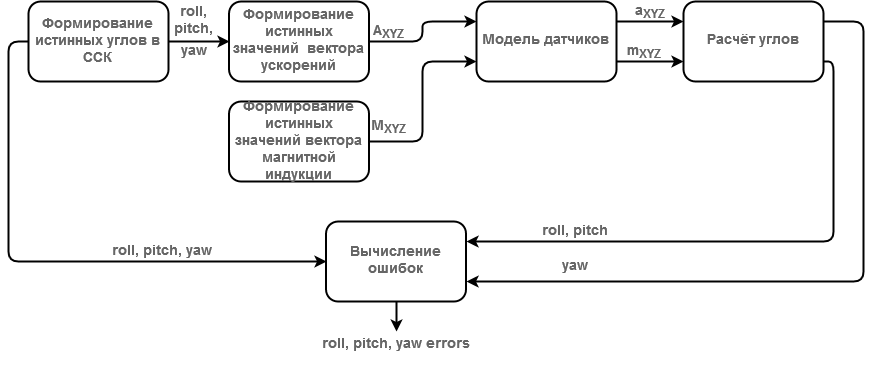
Above: Untitled Diagram.png in DaryaMalafeeva/mems-errors (draw.io), before the change. Source tidied: cells renumbered, new cells last; positions are measured from the earlier drawing's top-left corner, leaving out a move shared by most shapes.
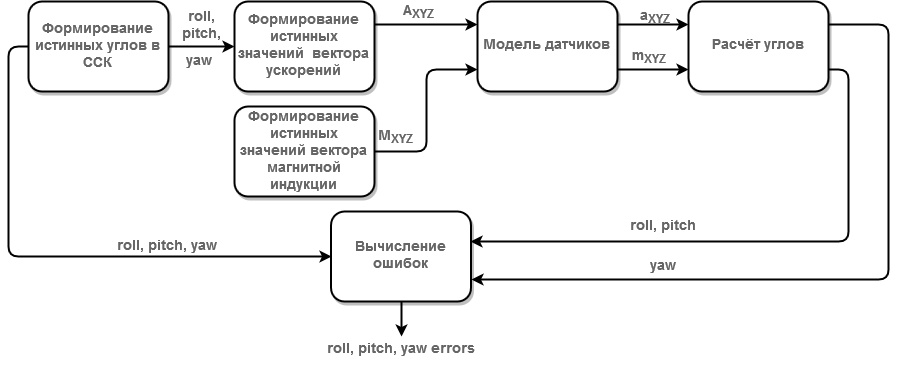
The same diagram one commit later.

Diff of the diagram source:
```diff
@@ -2,9 +2,6 @@
   <root>
     <mxCell id="0" />
     <mxCell id="1" parent="0" />
-    <mxCell id="2" style="edgeStyle=orthogonalEdgeStyle;rounded=1;jettySize=auto;html=1;exitX=1;exitY=0.5;exitDx=0;exitDy=0;entryX=0;entryY=0.25;entryDx=0;entryDy=0;strokeColor=#000000;strokeWidth=2;shadow=0;fontSize=12;fillColor=#ffffff;glass=0;" parent="1" edge="1" source="26" target="9">
-      <mxGeometry relative="1" as="geometry" />
-    </mxCell>
     <mxCell id="3" style="edgeStyle=orthogonalEdgeStyle;rounded=1;jettySize=auto;html=1;exitX=1;exitY=0.5;exitDx=0;exitDy=0;entryX=0;entryY=0.75;entryDx=0;entryDy=0;strokeColor=#000000;strokeWidth=2;shadow=0;fontSize=12;fillColor=#ffffff;glass=0;" parent="1" edge="1" source="25" target="9">
       <mxGeometry relative="1" as="geometry" />
     </mxCell>
@@ -14,8 +11,8 @@
     <mxCell id="5" style="edgeStyle=orthogonalEdgeStyle;rounded=1;jettySize=auto;html=1;exitX=1;exitY=0.5;exitDx=0;exitDy=0;entryX=0;entryY=0.5;entryDx=0;entryDy=0;strokeColor=#000000;shadow=0;fontSize=12;strokeWidth=2;fillColor=#ffffff;glass=0;" parent="1" edge="1" source="6" target="26">
       <mxGeometry relative="1" as="geometry" />
     </mxCell>
-    <mxCell id="6" value="&lt;font style=&quot;font-size: 14px&quot; color=&quot;#666666&quot;&gt;&lt;b&gt;Формирование истинных углов в ССК &lt;/b&gt;&lt;/font&gt;" style="rounded=1;whiteSpace=wrap;html=1;glass=0;shadow=0;strokeColor=#000000;strokeWidth=2;" parent="1" vertex="1">
-      <mxGeometry width="140" height="80" as="geometry" />
+    <mxCell id="6" value="&lt;font style=&quot;font-size: 14px&quot; color=&quot;#666666&quot;&gt;&lt;b&gt;Формирование истинных углов в ССК &lt;/b&gt;&lt;/font&gt;" style="rounded=1;whiteSpace=wrap;html=1;glass=0;shadow=1;strokeColor=#000000;strokeWidth=2;" parent="1" vertex="1">
+      <mxGeometry x="-5" y="-5" width="140" height="90" as="geometry" />
     </mxCell>
     <mxCell id="7" style="edgeStyle=orthogonalEdgeStyle;rounded=1;jettySize=auto;html=1;exitX=1;exitY=0.25;exitDx=0;exitDy=0;entryX=0;entryY=0.25;entryDx=0;entryDy=0;shadow=0;fontSize=12;strokeWidth=2;fillColor=#ffffff;glass=0;" parent="1" edge="1" source="9" target="12">
       <mxGeometry relative="1" as="geometry" />
@@ -23,27 +20,27 @@
     <mxCell id="8" style="edgeStyle=orthogonalEdgeStyle;rounded=1;jettySize=auto;html=1;exitX=1;exitY=0.75;exitDx=0;exitDy=0;shadow=0;fontSize=12;strokeWidth=2;fillColor=#ffffff;glass=0;entryX=0;entryY=0.75;entryDx=0;entryDy=0;" parent="1" edge="1" source="9" target="12">
       <mxGeometry relative="1" as="geometry" />
     </mxCell>
-    <mxCell id="9" value="&lt;font style=&quot;font-size: 14px&quot; color=&quot;#666666&quot;&gt;&lt;b&gt;Модель датчиков&lt;br&gt;&lt;/b&gt;&lt;/font&gt;" style="rounded=1;whiteSpace=wrap;html=1;shadow=0;strokeColor=#000000;glass=0;strokeWidth=2;" parent="1" vertex="1">
-      <mxGeometry x="448" width="140" height="80" as="geometry" />
+    <mxCell id="9" value="&lt;font style=&quot;font-size: 14px&quot; color=&quot;#666666&quot;&gt;&lt;b&gt;Модель датчиков&lt;br&gt;&lt;/b&gt;&lt;/font&gt;" style="rounded=1;whiteSpace=wrap;html=1;shadow=1;strokeColor=#000000;glass=0;strokeWidth=2;" parent="1" vertex="1">
+      <mxGeometry x="444" y="-5" width="140" height="90" as="geometry" />
     </mxCell>
-    <mxCell id="10" style="edgeStyle=orthogonalEdgeStyle;rounded=1;jettySize=auto;html=1;exitX=1;exitY=0.25;exitDx=0;exitDy=0;entryX=1;entryY=0.75;entryDx=0;entryDy=0;shadow=0;fontSize=12;strokeWidth=2;fillColor=#ffffff;glass=0;" parent="1" edge="1" source="12" target="14">
-      <mxGeometry relative="1" as="geometry">
-        <Array as="points">
-          <mxPoint x="835" y="20" />
-          <mxPoint x="835" y="280" />
-        </Array>
-      </mxGeometry>
-    </mxCell>
-    <mxCell id="11" style="edgeStyle=orthogonalEdgeStyle;rounded=1;jettySize=auto;html=1;exitX=1;exitY=0.75;exitDx=0;exitDy=0;entryX=1;entryY=0.25;entryDx=0;entryDy=0;shadow=0;fontSize=12;strokeWidth=2;fillColor=#ffffff;glass=0;" parent="1" edge="1" source="12" target="14">
-      <mxGeometry relative="1" as="geometry">
-        <Array as="points">
-          <mxPoint x="805" y="60" />
-          <mxPoint x="805" y="240" />
-        </Array>
-      </mxGeometry>
-    </mxCell>
+    <mxCell id="27" style="edgeStyle=orthogonalEdgeStyle;rounded=1;jettySize=auto;html=1;exitX=1;exitY=0.25;exitDx=0;exitDy=0;entryX=1;entryY=0.75;entryDx=0;entryDy=0;shadow=0;fontSize=12;strokeWidth=2;fillColor=#ffffff;glass=0;" parent="1" edge="1" source="12" target="14">
+      <mxGeometry relative="1" as="geometry">
+        <Array as="points">
+          <mxPoint x="855" y="18" />
+          <mxPoint x="855" y="273" />
+        </Array>
+      </mxGeometry>
+    </mxCell>
+    <mxCell id="28" style="edgeStyle=orthogonalEdgeStyle;rounded=1;jettySize=auto;html=1;exitX=1;exitY=0.75;exitDx=0;exitDy=0;entryX=0.996;entryY=0.333;entryDx=0;entryDy=0;entryPerimeter=0;shadow=0;fontSize=12;strokeWidth=2;fillColor=#ffffff;glass=0;" parent="1" edge="1" source="12" target="14">
+      <mxGeometry relative="1" as="geometry">
+        <Array as="points">
+          <mxPoint x="815" y="63" />
+          <mxPoint x="815" y="235" />
+        </Array>
+      </mxGeometry>
+    </mxCell>
-    <mxCell id="12" value="&lt;font style=&quot;font-size: 14px&quot; color=&quot;#666666&quot;&gt;&lt;b&gt;Расчёт углов&lt;br&gt;&lt;/b&gt;&lt;/font&gt;" style="rounded=1;whiteSpace=wrap;html=1;shadow=0;strokeColor=#000000;glass=0;strokeWidth=2;" parent="1" vertex="1">
-      <mxGeometry x="655" width="140" height="80" as="geometry" />
+    <mxCell id="12" value="&lt;font style=&quot;font-size: 14px&quot; color=&quot;#666666&quot;&gt;&lt;b&gt;Расчёт углов&lt;br&gt;&lt;/b&gt;&lt;/font&gt;" style="rounded=1;whiteSpace=wrap;html=1;shadow=1;strokeColor=#000000;glass=0;strokeWidth=2;" parent="1" vertex="1">
+      <mxGeometry x="655" y="-5" width="140" height="90" as="geometry" />
     </mxCell>
     <mxCell id="13" style="edgeStyle=orthogonalEdgeStyle;rounded=1;jettySize=auto;html=1;exitX=0.5;exitY=1;exitDx=0;exitDy=0;strokeColor=#000000;strokeWidth=2;shadow=0;fontSize=12;fillColor=#ffffff;glass=0;" parent="1" edge="1" source="14">
       <mxGeometry relative="1" as="geometry">
@@ -54,17 +51,17 @@
         </Array>
       </mxGeometry>
     </mxCell>
-    <mxCell id="14" value="&lt;font style=&quot;font-size: 14px&quot; color=&quot;#666666&quot;&gt;&lt;b&gt;Вычисление ошибок&lt;br&gt;&lt;/b&gt;&lt;/font&gt;" style="rounded=1;whiteSpace=wrap;html=1;shadow=0;strokeColor=#000000;glass=0;strokeWidth=2;" parent="1" vertex="1">
-      <mxGeometry x="297.5" y="220" width="140" height="80" as="geometry" />
+    <mxCell id="14" value="&lt;font style=&quot;font-size: 14px&quot; color=&quot;#666666&quot;&gt;&lt;b&gt;Вычисление ошибок&lt;br&gt;&lt;/b&gt;&lt;/font&gt;" style="rounded=1;whiteSpace=wrap;html=1;shadow=1;strokeColor=#000000;glass=0;strokeWidth=2;" parent="1" vertex="1">
+      <mxGeometry x="297.5" y="205" width="140" height="90" as="geometry" />
     </mxCell>
     <mxCell id="15" value="&lt;font style=&quot;font-size: 14px&quot; color=&quot;#666666&quot;&gt;&lt;b&gt;roll, pitch,&lt;/b&gt;&lt;/font&gt;" style="text;html=1;strokeColor=none;fillColor=none;align=center;verticalAlign=middle;whiteSpace=wrap;rounded=0;shadow=1;glass=0;comic=0;" parent="1" vertex="1">
-      <mxGeometry x="150" width="30" height="40" as="geometry" />
+      <mxGeometry x="153" width="30" height="40" as="geometry" />
     </mxCell>
     <mxCell id="16" value="&lt;font style=&quot;font-size: 14px&quot; color=&quot;#666666&quot;&gt;&lt;b&gt;A&lt;sub&gt;XYZ&lt;/sub&gt;&lt;/b&gt;&lt;/font&gt;" style="text;html=1;align=left;verticalAlign=top;spacingTop=-4;" parent="1" vertex="1">
-      <mxGeometry x="342.5" y="20" width="50" height="20" as="geometry" />
+      <mxGeometry x="367.5" y="-5" width="50" height="20" as="geometry" />
     </mxCell>
     <mxCell id="17" value="&lt;font style=&quot;font-size: 14px&quot; color=&quot;#666666&quot;&gt;&lt;b&gt;M&lt;sub&gt;XYZ&lt;/sub&gt;&lt;/b&gt;&lt;/font&gt;" style="text;html=1;align=left;verticalAlign=top;spacingTop=-4;" parent="1" vertex="1">
-      <mxGeometry x="340.5" y="115" width="50" height="20" as="geometry" />
+      <mxGeometry x="342.5" y="120" width="50" height="20" as="geometry" />
     </mxCell>
     <mxCell id="18" value="&lt;font style=&quot;font-size: 14px&quot; color=&quot;#666666&quot;&gt;&lt;b&gt;a&lt;sub&gt;XYZ&lt;/sub&gt;&lt;/b&gt;&lt;/font&gt;" style="text;html=1;align=left;verticalAlign=top;spacingTop=-4;" parent="1" vertex="1">
       <mxGeometry x="605" width="50" height="20" as="geometry" />
@@ -73,25 +70,28 @@
       <mxGeometry x="596.5" y="40" width="50" height="20" as="geometry" />
     </mxCell>
     <mxCell id="20" value="&lt;font style=&quot;font-size: 14px&quot; color=&quot;#666666&quot;&gt;&lt;b&gt;roll, pitch&lt;br&gt;&lt;/b&gt;&lt;/font&gt;" style="text;html=1;strokeColor=none;fillColor=none;align=center;verticalAlign=middle;whiteSpace=wrap;rounded=0;shadow=1;glass=0;comic=0;" parent="1" vertex="1">
-      <mxGeometry x="505" y="200" width="83" height="60" as="geometry" />
+      <mxGeometry x="588.5" y="190" width="83" height="60" as="geometry" />
     </mxCell>
     <mxCell id="21" value="&lt;font style=&quot;font-size: 14px&quot; color=&quot;#666666&quot;&gt;&lt;b&gt;yaw&lt;br&gt;&lt;/b&gt;&lt;/font&gt;" style="text;html=1;strokeColor=none;fillColor=none;align=center;verticalAlign=middle;whiteSpace=wrap;rounded=0;shadow=1;glass=0;comic=0;" parent="1" vertex="1">
-      <mxGeometry x="514" y="250" width="65" height="30" as="geometry" />
+      <mxGeometry x="597.5" y="250" width="65" height="20" as="geometry" />
     </mxCell>
     <mxCell id="22" value="&lt;font style=&quot;font-size: 14px&quot; color=&quot;#666666&quot;&gt;&lt;b&gt;roll, pitch, yaw&lt;/b&gt;&lt;/font&gt;" style="text;html=1;strokeColor=none;fillColor=none;align=center;verticalAlign=middle;whiteSpace=wrap;rounded=0;shadow=1;glass=0;comic=0;" parent="1" vertex="1">
-      <mxGeometry x="75" y="220" width="115" height="60" as="geometry" />
+      <mxGeometry x="75" y="210" width="115" height="60" as="geometry" />
     </mxCell>
     <mxCell id="23" value="&lt;font style=&quot;font-size: 14px&quot; color=&quot;#666666&quot;&gt;&lt;b&gt;roll, pitch, yaw errors&lt;br&gt;&lt;/b&gt;&lt;/font&gt;" style="text;html=1;strokeColor=none;fillColor=none;align=center;verticalAlign=middle;whiteSpace=wrap;rounded=0;shadow=1;glass=0;comic=0;" parent="1" vertex="1">
       <mxGeometry x="285" y="313" width="165" height="60" as="geometry" />
     </mxCell>
     <mxCell id="24" value="&lt;font style=&quot;font-size: 14px&quot; color=&quot;#666666&quot;&gt;&lt;b&gt;&amp;nbsp;yaw&lt;/b&gt;&lt;/font&gt;" style="text;html=1;strokeColor=none;fillColor=none;align=center;verticalAlign=middle;whiteSpace=wrap;rounded=0;shadow=1;glass=0;comic=0;" parent="1" vertex="1">
-      <mxGeometry x="145" y="40" width="35" height="20" as="geometry" />
+      <mxGeometry x="145" y="40" width="35" height="30" as="geometry" />
     </mxCell>
-    <mxCell id="25" value="&lt;font style=&quot;font-size: 14px&quot; color=&quot;#666666&quot;&gt;&lt;b&gt;Формирование истинных значений вектора магнитной индукции &lt;/b&gt;&lt;/font&gt;" style="rounded=1;whiteSpace=wrap;html=1;comic=0;shadow=0;strokeColor=#000000;glass=0;strokeWidth=2;" parent="1" vertex="1">
-      <mxGeometry x="200.5" y="100" width="140" height="80" as="geometry" />
+    <mxCell id="25" value="&lt;font style=&quot;font-size: 14px&quot; color=&quot;#666666&quot;&gt;&lt;b&gt;Формирование истинных значений вектора магнитной индукции &lt;/b&gt;&lt;/font&gt;" style="rounded=1;whiteSpace=wrap;html=1;comic=0;shadow=1;strokeColor=#000000;glass=0;strokeWidth=2;" parent="1" vertex="1">
+      <mxGeometry x="201" y="100" width="140" height="90" as="geometry" />
     </mxCell>
+    <mxCell id="2" style="edgeStyle=orthogonalEdgeStyle;rounded=1;jettySize=auto;html=1;exitX=1;exitY=0.25;exitDx=0;exitDy=0;entryX=0;entryY=0.25;entryDx=0;entryDy=0;shadow=0;fontSize=12;strokeWidth=2;fillColor=#ffffff;glass=0;" parent="1" edge="1" source="26" target="9">
+      <mxGeometry relative="1" as="geometry" />
+    </mxCell>
-    <mxCell id="26" value="&lt;font style=&quot;font-size: 14px&quot; color=&quot;#666666&quot;&gt;&lt;b&gt;Формирование истинных значений&amp;nbsp; вектора ускорений &lt;/b&gt;&lt;/font&gt;" style="rounded=1;whiteSpace=wrap;html=1;comic=0;shadow=0;strokeColor=#000000;glass=0;strokeWidth=2;" parent="1" vertex="1">
-      <mxGeometry x="200.5" width="140" height="80" as="geometry" />
+    <mxCell id="26" value="&lt;font style=&quot;font-size: 14px&quot; color=&quot;#666666&quot;&gt;&lt;b&gt;Формирование истинных значений&amp;nbsp; вектора ускорений &lt;/b&gt;&lt;/font&gt;" style="rounded=1;whiteSpace=wrap;html=1;comic=0;shadow=1;strokeColor=#000000;glass=0;strokeWidth=2;" parent="1" vertex="1">
+      <mxGeometry x="201" y="-5" width="140" height="90" as="geometry" />
     </mxCell>
   </root>
 </mxGraphModel>
```
